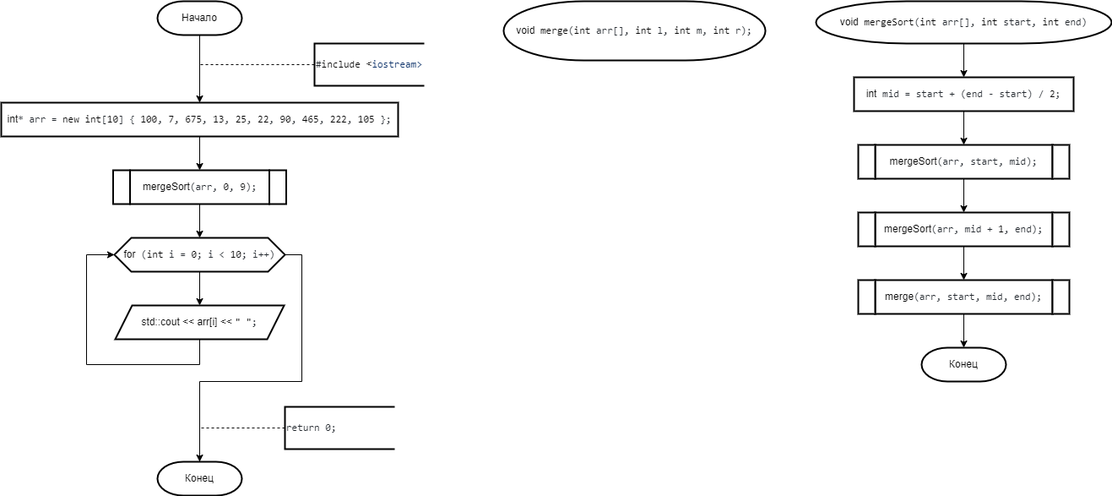
IlyaFedoseev227/LABS-PNRPU-IVT-22-1b keeps this draw.io diagram as 2 Семестр/Labs/№9 Сложные сортировки быстрая (Хоара), слиянием, подсчетом, блочная, Шелла/Слиянием.png. Above is the earlier version. Source tidied: cells renumbered, new cells last; positions are measured from the earlier drawing's top-left corner, leaving out a move shared by most shapes.
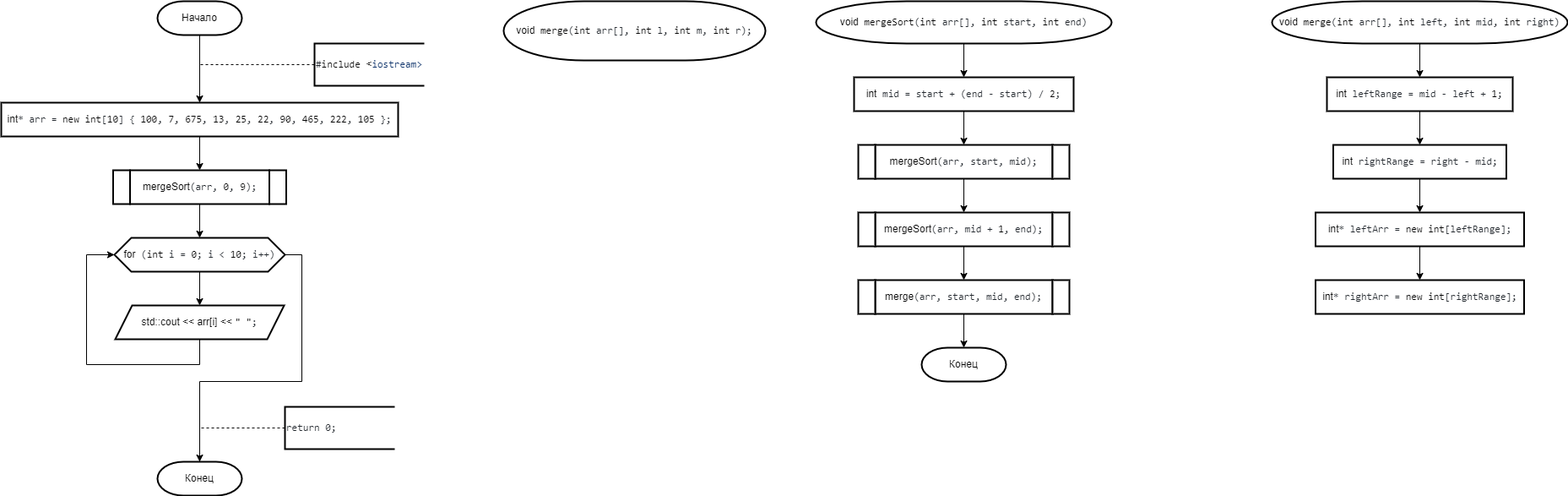
After the commit.

Diff of the diagram source:
```diff
@@ -130,5 +130,32 @@
     <mxCell id="37" value="Конец" style="strokeWidth=2;html=1;shape=mxgraph.flowchart.terminator;whiteSpace=wrap;" parent="1" vertex="1">
       <mxGeometry x="1090" y="410" width="100" height="40" as="geometry" />
     </mxCell>
+    <mxCell id="38" style="edgeStyle=orthogonalEdgeStyle;rounded=0;jettySize=auto;html=1;exitX=0.5;exitY=1;exitDx=0;exitDy=0;exitPerimeter=0;entryX=0.5;entryY=0;entryDx=0;entryDy=0;" parent="1" edge="1" source="39" target="41">
+      <mxGeometry relative="1" as="geometry" />
+    </mxCell>
+    <mxCell id="39" value="void&lt;span style=&quot;color: rgb(36, 41, 47); font-family: ui-monospace, SFMono-Regular, &amp;quot;SF Mono&amp;quot;, Menlo, Consolas, &amp;quot;Liberation Mono&amp;quot;, monospace; text-align: start; background-color: rgb(255, 255, 255);&quot;&gt; &lt;/span&gt;&lt;span style=&quot;box-sizing: border-box; color: var(--color-prettylights-syntax-entity); font-family: ui-monospace, SFMono-Regular, &amp;quot;SF Mono&amp;quot;, Menlo, Consolas, &amp;quot;Liberation Mono&amp;quot;, monospace; text-align: start; background-color: rgb(255, 255, 255);&quot; class=&quot;pl-en&quot;&gt;merge&lt;/span&gt;&lt;span style=&quot;color: rgb(36, 41, 47); font-family: ui-monospace, SFMono-Regular, &amp;quot;SF Mono&amp;quot;, Menlo, Consolas, &amp;quot;Liberation Mono&amp;quot;, monospace; text-align: start; background-color: rgb(255, 255, 255);&quot;&gt;(&lt;/span&gt;&lt;span style=&quot;box-sizing: border-box; color: var(--color-prettylights-syntax-keyword); font-family: ui-monospace, SFMono-Regular, &amp;quot;SF Mono&amp;quot;, Menlo, Consolas, &amp;quot;Liberation Mono&amp;quot;, monospace; text-align: start; background-color: rgb(255, 255, 255);&quot; class=&quot;pl-k&quot;&gt;int&lt;/span&gt;&lt;span style=&quot;color: rgb(36, 41, 47); font-family: ui-monospace, SFMono-Regular, &amp;quot;SF Mono&amp;quot;, Menlo, Consolas, &amp;quot;Liberation Mono&amp;quot;, monospace; text-align: start; background-color: rgb(255, 255, 255);&quot;&gt; arr[], &lt;/span&gt;&lt;span style=&quot;box-sizing: border-box; color: var(--color-prettylights-syntax-keyword); font-family: ui-monospace, SFMono-Regular, &amp;quot;SF Mono&amp;quot;, Menlo, Consolas, &amp;quot;Liberation Mono&amp;quot;, monospace; text-align: start; background-color: rgb(255, 255, 255);&quot; class=&quot;pl-k&quot;&gt;int&lt;/span&gt;&lt;span style=&quot;color: rgb(36, 41, 47); font-family: ui-monospace, SFMono-Regular, &amp;quot;SF Mono&amp;quot;, Menlo, Consolas, &amp;quot;Liberation Mono&amp;quot;, monospace; text-align: start; background-color: rgb(255, 255, 255);&quot;&gt; left, &lt;/span&gt;&lt;span style=&quot;box-sizing: border-box; color: var(--color-prettylights-syntax-keyword); font-family: ui-monospace, SFMono-Regular, &amp;quot;SF Mono&amp;quot;, Menlo, Consolas, &amp;quot;Liberation Mono&amp;quot;, monospace; text-align: start; background-color: rgb(255, 255, 255);&quot; class=&quot;pl-k&quot;&gt;int&lt;/span&gt;&lt;span style=&quot;color: rgb(36, 41, 47); font-family: ui-monospace, SFMono-Regular, &amp;quot;SF Mono&amp;quot;, Menlo, Consolas, &amp;quot;Liberation Mono&amp;quot;, monospace; text-align: start; background-color: rgb(255, 255, 255);&quot;&gt; mid, &lt;/span&gt;&lt;span style=&quot;box-sizing: border-box; color: var(--color-prettylights-syntax-keyword); font-family: ui-monospace, SFMono-Regular, &amp;quot;SF Mono&amp;quot;, Menlo, Consolas, &amp;quot;Liberation Mono&amp;quot;, monospace; text-align: start; background-color: rgb(255, 255, 255);&quot; class=&quot;pl-k&quot;&gt;int&lt;/span&gt;&lt;span style=&quot;color: rgb(36, 41, 47); font-family: ui-monospace, SFMono-Regular, &amp;quot;SF Mono&amp;quot;, Menlo, Consolas, &amp;quot;Liberation Mono&amp;quot;, monospace; text-align: start; background-color: rgb(255, 255, 255);&quot;&gt; right)&lt;/span&gt;" style="strokeWidth=2;html=1;shape=mxgraph.flowchart.terminator;whiteSpace=wrap;" parent="1" vertex="1">
+      <mxGeometry x="1505" width="350" height="50" as="geometry" />
+    </mxCell>
+    <mxCell id="40" style="edgeStyle=orthogonalEdgeStyle;rounded=0;jettySize=auto;html=1;exitX=0.5;exitY=1;exitDx=0;exitDy=0;" parent="1" edge="1" source="41" target="43">
+      <mxGeometry relative="1" as="geometry" />
+    </mxCell>
+    <mxCell id="41" value="&lt;div style=&quot;text-align: start;&quot;&gt;int&lt;span style=&quot;color: rgb(36, 41, 47); font-family: ui-monospace, SFMono-Regular, &amp;quot;SF Mono&amp;quot;, Menlo, Consolas, &amp;quot;Liberation Mono&amp;quot;, monospace; background-color: rgb(255, 255, 255);&quot;&gt; leftRange = mid - left + &lt;/span&gt;&lt;span style=&quot;box-sizing: border-box; color: var(--color-prettylights-syntax-constant); font-family: ui-monospace, SFMono-Regular, &amp;quot;SF Mono&amp;quot;, Menlo, Consolas, &amp;quot;Liberation Mono&amp;quot;, monospace; background-color: rgb(255, 255, 255);&quot; class=&quot;pl-c1&quot;&gt;1&lt;/span&gt;&lt;span style=&quot;color: rgb(36, 41, 47); font-family: ui-monospace, SFMono-Regular, &amp;quot;SF Mono&amp;quot;, Menlo, Consolas, &amp;quot;Liberation Mono&amp;quot;, monospace; background-color: rgb(255, 255, 255);&quot;&gt;;&lt;/span&gt;&lt;br&gt;&lt;/div&gt;" style="shape=parallelogram;perimeter=parallelogramPerimeter;whiteSpace=wrap;html=1;fixedSize=1;strokeWidth=2;size=-6;" parent="1" vertex="1">
+      <mxGeometry x="1570" y="90" width="220" height="40" as="geometry" />
+    </mxCell>
+    <mxCell id="42" style="edgeStyle=orthogonalEdgeStyle;rounded=0;jettySize=auto;html=1;exitX=0.5;exitY=1;exitDx=0;exitDy=0;" parent="1" edge="1" source="43" target="45">
+      <mxGeometry relative="1" as="geometry" />
+    </mxCell>
+    <mxCell id="43" value="&lt;div style=&quot;text-align: start;&quot;&gt;int&lt;span style=&quot;color: rgb(36, 41, 47); font-family: ui-monospace, SFMono-Regular, &amp;quot;SF Mono&amp;quot;, Menlo, Consolas, &amp;quot;Liberation Mono&amp;quot;, monospace; background-color: rgb(255, 255, 255);&quot;&gt; rightRange = right - mid;&lt;/span&gt;&lt;br&gt;&lt;/div&gt;" style="shape=parallelogram;perimeter=parallelogramPerimeter;whiteSpace=wrap;html=1;fixedSize=1;strokeWidth=2;size=-6;" parent="1" vertex="1">
+      <mxGeometry x="1577.5" y="170" width="205" height="40" as="geometry" />
+    </mxCell>
+    <mxCell id="44" style="edgeStyle=orthogonalEdgeStyle;rounded=0;jettySize=auto;html=1;exitX=0.5;exitY=1;exitDx=0;exitDy=0;" parent="1" edge="1" source="45" target="46">
+      <mxGeometry relative="1" as="geometry" />
+    </mxCell>
+    <mxCell id="45" value="&lt;div style=&quot;text-align: start;&quot;&gt;int&lt;span style=&quot;color: rgb(36, 41, 47); font-family: ui-monospace, SFMono-Regular, &amp;quot;SF Mono&amp;quot;, Menlo, Consolas, &amp;quot;Liberation Mono&amp;quot;, monospace; background-color: rgb(255, 255, 255);&quot;&gt;* leftArr = &lt;/span&gt;&lt;span style=&quot;box-sizing: border-box; color: var(--color-prettylights-syntax-keyword); font-family: ui-monospace, SFMono-Regular, &amp;quot;SF Mono&amp;quot;, Menlo, Consolas, &amp;quot;Liberation Mono&amp;quot;, monospace; background-color: rgb(255, 255, 255);&quot; class=&quot;pl-k&quot;&gt;new&lt;/span&gt;&lt;span style=&quot;color: rgb(36, 41, 47); font-family: ui-monospace, SFMono-Regular, &amp;quot;SF Mono&amp;quot;, Menlo, Consolas, &amp;quot;Liberation Mono&amp;quot;, monospace; background-color: rgb(255, 255, 255);&quot;&gt; &lt;/span&gt;&lt;span style=&quot;box-sizing: border-box; color: var(--color-prettylights-syntax-keyword); font-family: ui-monospace, SFMono-Regular, &amp;quot;SF Mono&amp;quot;, Menlo, Consolas, &amp;quot;Liberation Mono&amp;quot;, monospace; background-color: rgb(255, 255, 255);&quot; class=&quot;pl-k&quot;&gt;int&lt;/span&gt;&lt;span style=&quot;color: rgb(36, 41, 47); font-family: ui-monospace, SFMono-Regular, &amp;quot;SF Mono&amp;quot;, Menlo, Consolas, &amp;quot;Liberation Mono&amp;quot;, monospace; background-color: rgb(255, 255, 255);&quot;&gt;[leftRange];&lt;/span&gt;&lt;br&gt;&lt;/div&gt;" style="shape=parallelogram;perimeter=parallelogramPerimeter;whiteSpace=wrap;html=1;fixedSize=1;strokeWidth=2;size=-6;" parent="1" vertex="1">
+      <mxGeometry x="1556.5" y="250" width="247" height="40" as="geometry" />
+    </mxCell>
+    <mxCell id="46" value="&lt;div style=&quot;text-align: start;&quot;&gt;int&lt;span style=&quot;color: rgb(36, 41, 47); font-family: ui-monospace, SFMono-Regular, &amp;quot;SF Mono&amp;quot;, Menlo, Consolas, &amp;quot;Liberation Mono&amp;quot;, monospace; background-color: rgb(255, 255, 255);&quot;&gt;* rightArr = &lt;/span&gt;&lt;span style=&quot;box-sizing: border-box; color: var(--color-prettylights-syntax-keyword); font-family: ui-monospace, SFMono-Regular, &amp;quot;SF Mono&amp;quot;, Menlo, Consolas, &amp;quot;Liberation Mono&amp;quot;, monospace; background-color: rgb(255, 255, 255);&quot; class=&quot;pl-k&quot;&gt;new&lt;/span&gt;&lt;span style=&quot;color: rgb(36, 41, 47); font-family: ui-monospace, SFMono-Regular, &amp;quot;SF Mono&amp;quot;, Menlo, Consolas, &amp;quot;Liberation Mono&amp;quot;, monospace; background-color: rgb(255, 255, 255);&quot;&gt; &lt;/span&gt;&lt;span style=&quot;box-sizing: border-box; color: var(--color-prettylights-syntax-keyword); font-family: ui-monospace, SFMono-Regular, &amp;quot;SF Mono&amp;quot;, Menlo, Consolas, &amp;quot;Liberation Mono&amp;quot;, monospace; background-color: rgb(255, 255, 255);&quot; class=&quot;pl-k&quot;&gt;int&lt;/span&gt;&lt;span style=&quot;color: rgb(36, 41, 47); font-family: ui-monospace, SFMono-Regular, &amp;quot;SF Mono&amp;quot;, Menlo, Consolas, &amp;quot;Liberation Mono&amp;quot;, monospace; background-color: rgb(255, 255, 255);&quot;&gt;[rightRange];&lt;/span&gt;&lt;br&gt;&lt;/div&gt;" style="shape=parallelogram;perimeter=parallelogramPerimeter;whiteSpace=wrap;html=1;fixedSize=1;strokeWidth=2;size=-6;" parent="1" vertex="1">
+      <mxGeometry x="1556.5" y="330" width="247" height="40" as="geometry" />
+    </mxCell>
   </root>
 </mxGraphModel>
```
